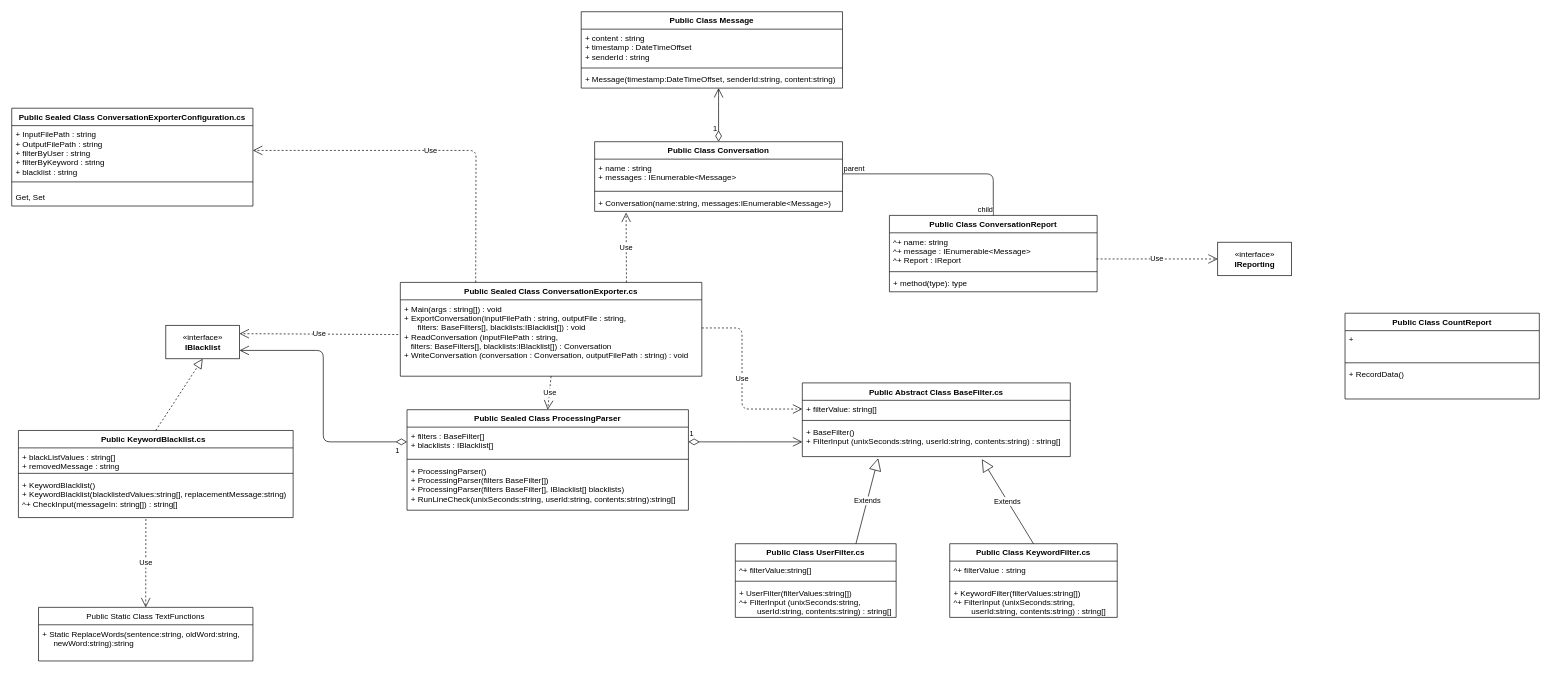
Before: MyChat UML.drawio in mindlink/my-chat-dotnet, a draw.io diagram. Source tidied: cells renumbered, new cells numbered last; positions are measured from the earlier drawing's top-left corner, leaving out a move shared by most shapes. Both pictures are drawn from the tidied source at 67%, with x=0, y=0 at pixel (11, 11).
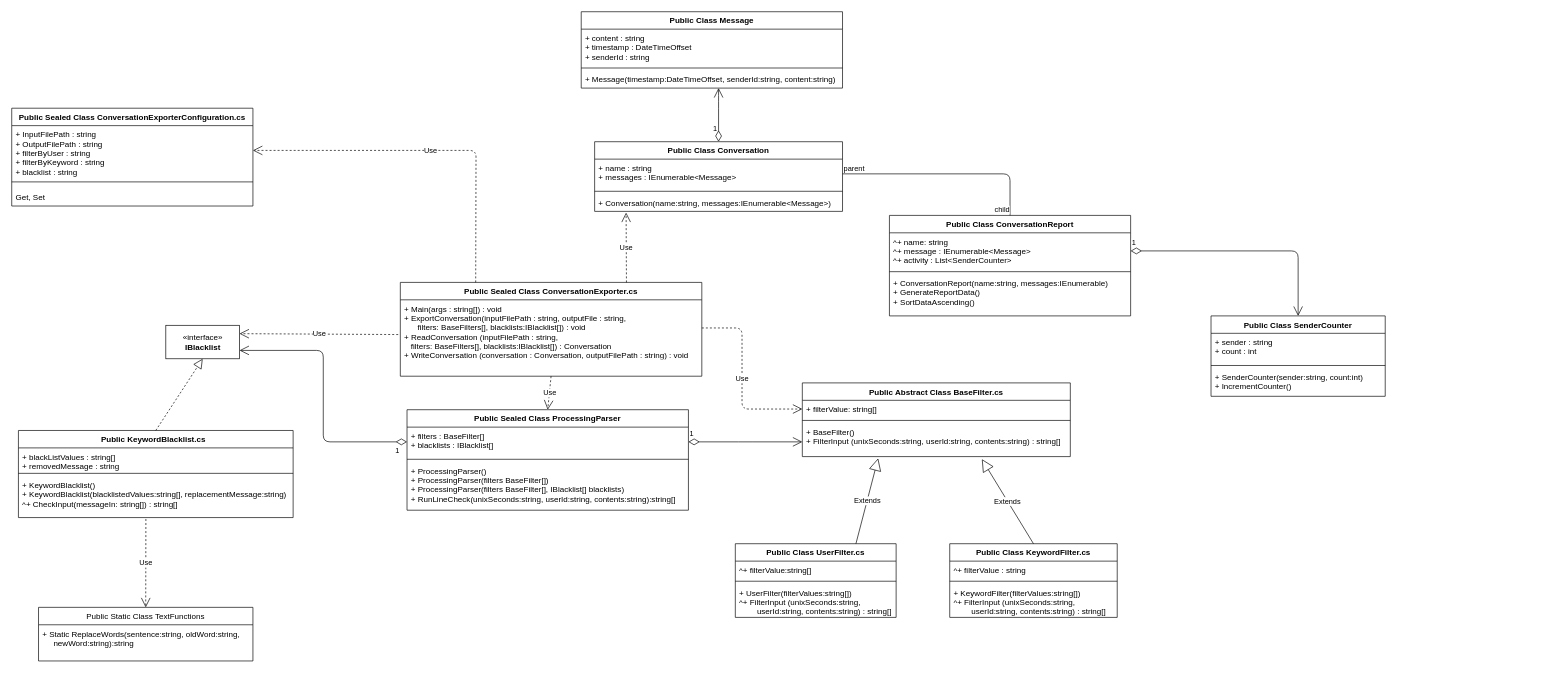
The same page after the edit.

Change to the diagram source:
```diff
@@
     <mxCell id="42" value="Public Class ConversationReport" style="swimlane;fontStyle=1;align=center;verticalAlign=top;horizontal=1;startSize=26;" parent="1" vertex="1">
-      <mxGeometry x="1310" y="304" width="310" height="114" as="geometry" />
+      <mxGeometry x="1310" y="304" width="360" height="150" as="geometry" />
     </mxCell>
-    <mxCell id="43" value="^+ name: string&#10;^+ message : IEnumerable&lt;Message&gt;&#10;^+ Report : IReport" style="text;strokeColor=none;fillColor=none;align=left;verticalAlign=top;spacingLeft=4;spacingRight=4;overflow=hidden;points=[[0,0.5],[1,0.5]];portConstraint=eastwest;" parent="42" vertex="1">
-      <mxGeometry y="26" width="310" height="54" as="geometry" />
+    <mxCell id="43" value="^+ name: string&#10;^+ message : IEnumerable&lt;Message&gt;&#10;^+ activity : List&lt;SenderCounter&gt;" style="text;strokeColor=none;fillColor=none;align=left;verticalAlign=top;spacingLeft=4;spacingRight=4;overflow=hidden;points=[[0,0.5],[1,0.5]];portConstraint=eastwest;" parent="42" vertex="1">
+      <mxGeometry y="26" width="360" height="54" as="geometry" />
     </mxCell>
     <mxCell id="44" style="line;strokeWidth=1;fillColor=none;align=left;verticalAlign=middle;spacingTop=-1;spacingLeft=3;spacingRight=3;labelPosition=right;" parent="42" vertex="1">
-      <mxGeometry y="80" width="310" height="8" as="geometry" />
+      <mxGeometry y="80" width="360" height="8" as="geometry" />
     </mxCell>
-    <mxCell id="45" value="+ method(type): type" style="text;strokeColor=none;fillColor=none;align=left;verticalAlign=top;spacingLeft=4;spacingRight=4;overflow=hidden;" parent="42" vertex="1">
-      <mxGeometry y="88" width="310" height="26" as="geometry" />
+    <mxCell id="45" value="+ ConversationReport(name:string, messages:IEnumerable)&#10;+ GenerateReportData()&#10;+ SortDataAscending()" style="text;strokeColor=none;fillColor=none;align=left;verticalAlign=top;spacingLeft=4;spacingRight=4;overflow=hidden;" parent="42" vertex="1">
+      <mxGeometry y="88" width="360" height="62" as="geometry" />
     </mxCell>
@@
-    <mxCell id="58" value="Public Class CountReport" style="swimlane;fontStyle=1;align=center;verticalAlign=top;horizontal=1;startSize=26;" parent="1" vertex="1">
-      <mxGeometry x="1990" y="450" width="290" height="128" as="geometry" />
-    </mxCell>
-    <mxCell id="59" value="+" style="text;strokeColor=none;fillColor=none;align=left;verticalAlign=top;spacingLeft=4;spacingRight=4;overflow=hidden;" parent="58" vertex="1">
-      <mxGeometry y="26" width="290" height="44" as="geometry" />
-    </mxCell>
-    <mxCell id="60" style="line;strokeWidth=1;fillColor=none;align=left;verticalAlign=middle;spacingTop=-1;spacingLeft=3;spacingRight=3;labelPosition=right;" parent="58" vertex="1">
-      <mxGeometry y="70" width="290" height="8" as="geometry" />
-    </mxCell>
-    <mxCell id="61" value="+ RecordData()" style="text;strokeColor=none;fillColor=none;align=left;verticalAlign=top;spacingLeft=4;spacingRight=4;overflow=hidden;" parent="58" vertex="1">
-      <mxGeometry y="78" width="290" height="50" as="geometry" />
-    </mxCell>
-    <mxCell id="62" value="«interface»&lt;br&gt;&lt;b&gt;IReporting&lt;/b&gt;" style="html=1;" parent="1" vertex="1">
-      <mxGeometry x="1800" y="344" width="110" height="50" as="geometry" />
-    </mxCell>
-    <mxCell id="63" value="Use" style="endArrow=open;endSize=12;dashed=1;html=1;exitX=0.997;exitY=0.722;exitDx=0;exitDy=0;entryX=0;entryY=0.5;entryDx=0;entryDy=0;exitPerimeter=0;" parent="1" edge="1" source="43" target="62">
-      <mxGeometry relative="1" as="geometry" />
-    </mxCell>
+    <mxCell id="64" value="Public Class SenderCounter" style="swimlane;fontStyle=1;align=center;verticalAlign=top;horizontal=1;startSize=26;" parent="1" vertex="1">
+      <mxGeometry x="1790" y="454" width="260" height="120" as="geometry" />
+    </mxCell>
+    <mxCell id="65" value="+ sender : string&#10;+ count : int" style="text;strokeColor=none;fillColor=none;align=left;verticalAlign=top;spacingLeft=4;spacingRight=4;overflow=hidden;" parent="64" vertex="1">
+      <mxGeometry y="26" width="260" height="44" as="geometry" />
+    </mxCell>
+    <mxCell id="66" style="line;strokeWidth=1;fillColor=none;align=left;verticalAlign=middle;spacingTop=-1;spacingLeft=3;spacingRight=3;labelPosition=right;" parent="64" vertex="1">
+      <mxGeometry y="70" width="260" height="8" as="geometry" />
+    </mxCell>
+    <mxCell id="67" value="+ SenderCounter(sender:string, count:int)&#10;+ IncrementCounter()" style="text;strokeColor=none;fillColor=none;align=left;verticalAlign=top;spacingLeft=4;spacingRight=4;overflow=hidden;" parent="64" vertex="1">
+      <mxGeometry y="78" width="260" height="42" as="geometry" />
+    </mxCell>
+    <mxCell id="68" value="1" style="endArrow=open;html=1;endSize=12;startArrow=diamondThin;startSize=14;startFill=0;edgeStyle=orthogonalEdgeStyle;align=left;verticalAlign=bottom;exitX=1;exitY=0.5;exitDx=0;exitDy=0;entryX=0.5;entryY=0;entryDx=0;entryDy=0;" parent="1" edge="1" source="43" target="64">
+      <mxGeometry x="-1" y="3" relative="1" as="geometry" />
+    </mxCell>
```
